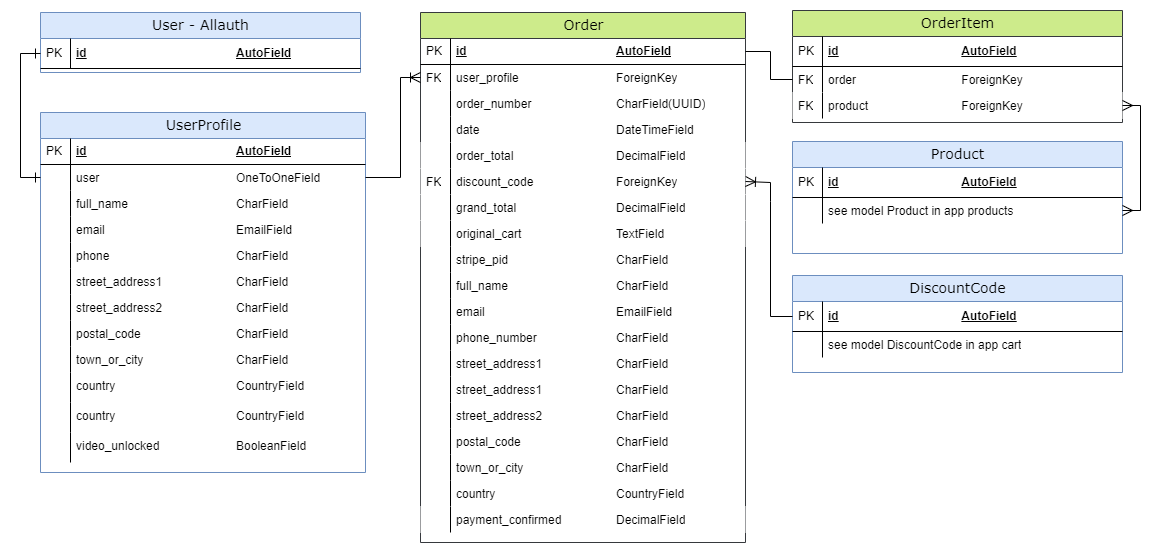
g-omarsdottir/shaping-sustainable-surf keeps this draw.io diagram as documentation/erd-checkout.png. Above is the earlier version. Source tidied: cells renumbered, new cells last; positions are measured from the earlier drawing's top-left corner, leaving out a move shared by most shapes.
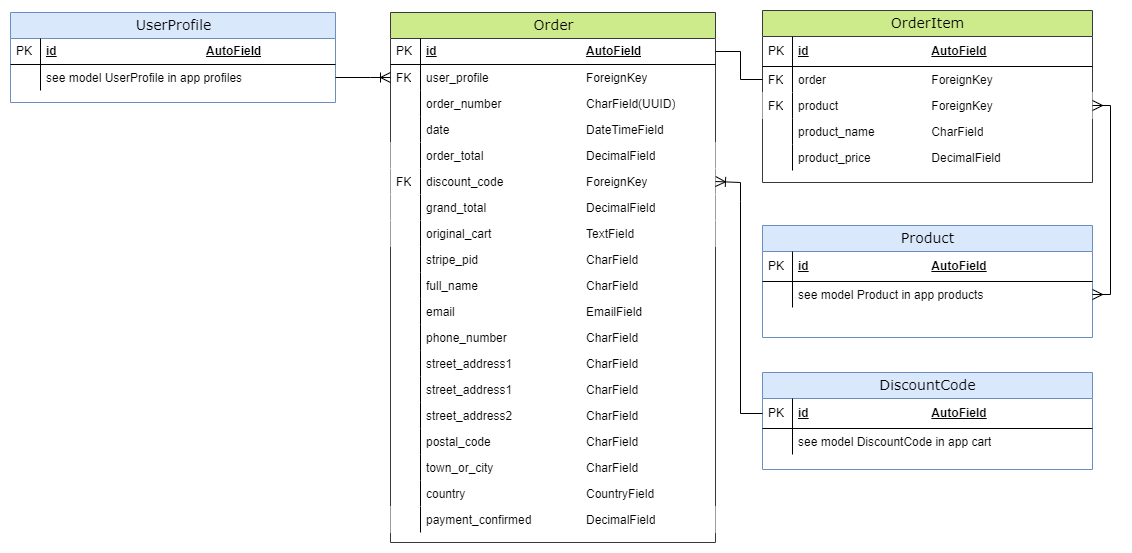
The same diagram one commit later.

Commit message:
Add to README: sections credits & database schema

Diff of the diagram source:
```diff
@@ -119,17 +119,8 @@
     <mxCell id="40" style="shape=partialRectangle;top=0;left=0;bottom=0;html=1;fillColor=none;align=left;verticalAlign=top;spacingLeft=4;spacingRight=4;whiteSpace=wrap;overflow=hidden;" parent="39" vertex="1">
       <mxGeometry width="30" height="26" as="geometry" />
     </mxCell>
-    <mxCell id="41" value="User - Allauth" style="swimlane;html=1;fontStyle=0;horizontal=1;startSize=26;fillColor=#dae8fc;swimlaneFillColor=#ffffff;align=center;rounded=0;shadow=0;comic=0;labelBackgroundColor=none;strokeWidth=1;fontFamily=Verdana;fontSize=14;strokeColor=#6c8ebf;" parent="1" vertex="1">
-      <mxGeometry x="20" y="2" width="320" height="60" as="geometry" />
-    </mxCell>
-    <mxCell id="42" value="id&lt;span style=&quot;white-space: pre;&quot;&gt;&#9;&lt;/span&gt;&lt;span style=&quot;white-space: pre;&quot;&gt;&#9;&lt;/span&gt;&lt;span style=&quot;white-space: pre;&quot;&gt;&#9;&lt;/span&gt;&lt;span style=&quot;white-space: pre;&quot;&gt;&#9;&lt;span style=&quot;white-space: pre;&quot;&gt;&#9;&lt;/span&gt;&lt;span style=&quot;white-space: pre;&quot;&gt;&#9;&lt;/span&gt;&lt;/span&gt;AutoField" style="shape=partialRectangle;top=0;left=0;right=0;bottom=1;html=1;align=left;verticalAlign=middle;fillColor=none;spacingLeft=34;spacingRight=4;whiteSpace=wrap;overflow=hidden;points=[[0,0.5],[1,0.5]];portConstraint=eastwest;fontStyle=5;" parent="41" vertex="1">
-      <mxGeometry y="26" width="320" height="30" as="geometry" />
-    </mxCell>
-    <mxCell id="43" value="PK" style="shape=partialRectangle;top=0;left=0;bottom=0;html=1;fillColor=none;align=left;verticalAlign=middle;spacingLeft=4;spacingRight=4;whiteSpace=wrap;overflow=hidden;" parent="42" vertex="1">
-      <mxGeometry width="30" height="30" as="geometry" />
-    </mxCell>
     <mxCell id="44" value="OrderItem" style="swimlane;html=1;fontStyle=0;horizontal=1;startSize=26;fillColor=#cdeb8b;swimlaneFillColor=#ffffff;align=center;rounded=0;shadow=0;comic=0;labelBackgroundColor=none;strokeWidth=1;fontFamily=Verdana;fontSize=14;strokeColor=#36393d;swimlaneLine=1;" parent="1" vertex="1">
-      <mxGeometry x="772" width="330" height="112" as="geometry" />
+      <mxGeometry x="772" width="330" height="172" as="geometry" />
     </mxCell>
     <mxCell id="45" value="id&lt;span style=&quot;white-space: pre;&quot;&gt;&#9;&lt;/span&gt;&lt;span style=&quot;white-space: pre;&quot;&gt;&#9;&lt;/span&gt;&lt;span style=&quot;white-space: pre;&quot;&gt;&#9;&lt;/span&gt;&lt;span style=&quot;white-space: pre;&quot;&gt;&#9;&lt;span style=&quot;white-space: pre;&quot;&gt;&#9;&lt;/span&gt;&lt;/span&gt;AutoField" style="shape=partialRectangle;top=0;left=0;right=0;bottom=1;html=1;align=left;verticalAlign=middle;fillColor=none;spacingLeft=34;spacingRight=4;whiteSpace=wrap;overflow=hidden;fontStyle=5;" parent="44" vertex="1">
       <mxGeometry y="26" width="330" height="30" as="geometry" />
@@ -149,6 +140,18 @@
     <mxCell id="50" value="FK" style="shape=partialRectangle;top=0;left=0;bottom=0;html=1;fillColor=none;align=left;verticalAlign=top;spacingLeft=4;spacingRight=4;whiteSpace=wrap;overflow=hidden;" parent="49" vertex="1">
       <mxGeometry width="30" height="26" as="geometry" />
     </mxCell>
+    <mxCell id="91" value="product_name&lt;span style=&quot;white-space: pre;&quot;&gt;&#9;&lt;/span&gt;&lt;span style=&quot;white-space: pre;&quot;&gt;&#9;&lt;/span&gt;&lt;span style=&quot;white-space: pre;&quot;&gt;&#9;&lt;/span&gt;CharField" style="shape=partialRectangle;top=0;left=0;right=0;bottom=0;html=1;align=left;verticalAlign=top;fillColor=none;spacingLeft=34;spacingRight=4;whiteSpace=wrap;overflow=hidden;" parent="44" vertex="1">
+      <mxGeometry y="108" width="330" height="26" as="geometry" />
+    </mxCell>
+    <mxCell id="92" style="shape=partialRectangle;top=0;left=0;bottom=0;html=1;fillColor=none;align=left;verticalAlign=top;spacingLeft=4;spacingRight=4;whiteSpace=wrap;overflow=hidden;" parent="91" vertex="1">
+      <mxGeometry width="30" height="26" as="geometry" />
+    </mxCell>
+    <mxCell id="93" value="product_price&lt;span style=&quot;white-space: pre;&quot;&gt;&#9;&lt;/span&gt;&lt;span style=&quot;white-space: pre;&quot;&gt;&#9;&lt;/span&gt;&lt;span style=&quot;white-space: pre;&quot;&gt;&#9;&lt;/span&gt;DecimalField" style="shape=partialRectangle;top=0;left=0;right=0;bottom=0;html=1;align=left;verticalAlign=top;fillColor=none;spacingLeft=34;spacingRight=4;whiteSpace=wrap;overflow=hidden;" parent="44" vertex="1">
+      <mxGeometry y="134" width="330" height="26" as="geometry" />
+    </mxCell>
+    <mxCell id="94" style="shape=partialRectangle;top=0;left=0;bottom=0;html=1;fillColor=none;align=left;verticalAlign=top;spacingLeft=4;spacingRight=4;whiteSpace=wrap;overflow=hidden;" parent="93" vertex="1">
+      <mxGeometry width="30" height="26" as="geometry" />
+    </mxCell>
     <mxCell id="51" style="endArrow=none;html=1;rounded=0;fontSize=12;startSize=8;endSize=8;curved=0;entryX=0;entryY=0.5;entryDx=0;entryDy=0;endFill=0;exitX=1;exitY=0.5;exitDx=0;exitDy=0;" parent="1" edge="1" source="3" target="47">
       <mxGeometry relative="1" as="geometry">
         <Array as="points">
@@ -158,7 +161,7 @@
       </mxGeometry>
     </mxCell>
     <mxCell id="52" value="UserProfile" style="swimlane;html=1;fontStyle=0;horizontal=1;startSize=26;fillColor=#dae8fc;swimlaneFillColor=#ffffff;align=center;rounded=0;shadow=0;comic=0;labelBackgroundColor=none;strokeWidth=1;fontFamily=Verdana;fontSize=14;strokeColor=#6c8ebf;" parent="1" vertex="1">
-      <mxGeometry x="20" y="102" width="325" height="360" as="geometry" />
+      <mxGeometry x="20" y="2" width="325" height="90" as="geometry" />
     </mxCell>
     <mxCell id="53" value="id&lt;span style=&quot;white-space: pre;&quot;&gt;&#9;&lt;/span&gt;&lt;span style=&quot;white-space: pre;&quot;&gt;&#9;&lt;/span&gt;&lt;span style=&quot;white-space: pre;&quot;&gt;&#9;&lt;/span&gt;&lt;span style=&quot;white-space: pre;&quot;&gt;&#9;&lt;/span&gt;&lt;span style=&quot;white-space: pre;&quot;&gt;&#9;&lt;/span&gt;&lt;span style=&quot;white-space: pre;&quot;&gt;&#9;&lt;/span&gt;AutoField" style="shape=partialRectangle;top=0;left=0;right=0;bottom=1;html=1;align=left;verticalAlign=middle;fillColor=none;spacingLeft=34;spacingRight=4;whiteSpace=wrap;overflow=hidden;fontStyle=5;" parent="52" vertex="1">
       <mxGeometry y="26" width="325" height="26" as="geometry" />
@@ -166,90 +169,21 @@
     <mxCell id="54" value="PK" style="shape=partialRectangle;top=0;left=0;bottom=0;html=1;fillColor=none;align=left;verticalAlign=middle;spacingLeft=4;spacingRight=4;whiteSpace=wrap;overflow=hidden;" parent="53" vertex="1">
       <mxGeometry width="30" height="26" as="geometry" />
     </mxCell>
-    <mxCell id="55" value="user&lt;span style=&quot;white-space: pre;&quot;&gt;&#9;&lt;/span&gt;&lt;span style=&quot;white-space: pre;&quot;&gt;&#9;&lt;/span&gt;&lt;span style=&quot;white-space: pre;&quot;&gt;&#9;&lt;/span&gt;&lt;span style=&quot;white-space: pre;&quot;&gt;&#9;&lt;/span&gt;&lt;span style=&quot;white-space: pre;&quot;&gt;&#9;&lt;/span&gt;&lt;span style=&quot;white-space: pre;&quot;&gt;&#9;&lt;/span&gt;OneToOneField" style="shape=partialRectangle;top=0;left=0;right=0;bottom=0;html=1;align=left;verticalAlign=top;fillColor=none;spacingLeft=34;spacingRight=4;whiteSpace=wrap;overflow=hidden;points=[[0,0.5],[1,0.5]];portConstraint=eastwest;" parent="52" vertex="1">
+    <mxCell id="55" value="see model UserProfile in app profiles" style="shape=partialRectangle;top=0;left=0;right=0;bottom=0;html=1;align=left;verticalAlign=top;fillColor=none;spacingLeft=34;spacingRight=4;whiteSpace=wrap;overflow=hidden;points=[[0,0.5],[1,0.5]];portConstraint=eastwest;" parent="52" vertex="1">
       <mxGeometry y="52" width="325" height="26" as="geometry" />
     </mxCell>
     <mxCell id="56" style="shape=partialRectangle;top=0;left=0;bottom=0;html=1;fillColor=none;align=left;verticalAlign=top;spacingLeft=4;spacingRight=4;whiteSpace=wrap;overflow=hidden;" parent="55" vertex="1">
       <mxGeometry width="30" height="26" as="geometry" />
     </mxCell>
-    <mxCell id="57" value="full_name&lt;span style=&quot;white-space: pre;&quot;&gt;&#9;&lt;/span&gt;&lt;span style=&quot;white-space: pre;&quot;&gt;&#9;&lt;/span&gt;&lt;span style=&quot;white-space: pre;&quot;&gt;&#9;&lt;/span&gt;&lt;span style=&quot;white-space: pre;&quot;&gt;&#9;&lt;/span&gt;CharField" style="shape=partialRectangle;top=0;left=0;right=0;bottom=0;html=1;align=left;verticalAlign=top;fillColor=none;spacingLeft=34;spacingRight=4;whiteSpace=wrap;overflow=hidden;" parent="52" vertex="1">
-      <mxGeometry y="78" width="325" height="26" as="geometry" />
-    </mxCell>
-    <mxCell id="58" style="shape=partialRectangle;top=0;left=0;bottom=0;html=1;fillColor=none;align=left;verticalAlign=top;spacingLeft=4;spacingRight=4;whiteSpace=wrap;overflow=hidden;" parent="57" vertex="1">
-      <mxGeometry width="30" height="26" as="geometry" />
-    </mxCell>
-    <mxCell id="59" value="email&lt;span style=&quot;white-space: pre;&quot;&gt;&#9;&lt;/span&gt;&lt;span style=&quot;white-space: pre;&quot;&gt;&#9;&lt;/span&gt;&lt;span style=&quot;white-space: pre;&quot;&gt;&#9;&lt;/span&gt;&lt;span style=&quot;white-space: pre;&quot;&gt;&#9;&lt;span style=&quot;white-space: pre;&quot;&gt;&#9;&lt;/span&gt;&lt;/span&gt;EmailField" style="shape=partialRectangle;top=0;left=0;right=0;bottom=0;html=1;align=left;verticalAlign=top;fillColor=none;spacingLeft=34;spacingRight=4;whiteSpace=wrap;overflow=hidden;" parent="52" vertex="1">
-      <mxGeometry y="104" width="325" height="26" as="geometry" />
-    </mxCell>
-    <mxCell id="60" style="shape=partialRectangle;top=0;left=0;bottom=0;html=1;fillColor=none;align=left;verticalAlign=top;spacingLeft=4;spacingRight=4;whiteSpace=wrap;overflow=hidden;" parent="59" vertex="1">
-      <mxGeometry width="30" height="26" as="geometry" />
-    </mxCell>
-    <mxCell id="61" value="phone&lt;span style=&quot;white-space: pre;&quot;&gt;&#9;&lt;/span&gt;&lt;span style=&quot;white-space: pre;&quot;&gt;&#9;&lt;/span&gt;&lt;span style=&quot;white-space: pre;&quot;&gt;&#9;&lt;/span&gt;&lt;span style=&quot;white-space: pre;&quot;&gt;&#9;&lt;span style=&quot;white-space: pre;&quot;&gt;&#9;&lt;/span&gt;&lt;/span&gt;CharField" style="shape=partialRectangle;top=0;left=0;right=0;bottom=0;html=1;align=left;verticalAlign=top;fillColor=none;spacingLeft=34;spacingRight=4;whiteSpace=wrap;overflow=hidden;" parent="52" vertex="1">
-      <mxGeometry y="130" width="325" height="26" as="geometry" />
-    </mxCell>
-    <mxCell id="62" style="shape=partialRectangle;top=0;left=0;bottom=0;html=1;fillColor=none;align=left;verticalAlign=top;spacingLeft=4;spacingRight=4;whiteSpace=wrap;overflow=hidden;" parent="61" vertex="1">
-      <mxGeometry width="30" height="26" as="geometry" />
-    </mxCell>
-    <mxCell id="63" value="street_address1&lt;span style=&quot;white-space: pre;&quot;&gt;&#9;&lt;/span&gt;&lt;span style=&quot;white-space: pre;&quot;&gt;&#9;&lt;/span&gt;&lt;span style=&quot;white-space: pre;&quot;&gt;&#9;&lt;/span&gt;CharField" style="shape=partialRectangle;top=0;left=0;right=0;bottom=0;html=1;align=left;verticalAlign=top;fillColor=none;spacingLeft=34;spacingRight=4;whiteSpace=wrap;overflow=hidden;" parent="52" vertex="1">
-      <mxGeometry y="156" width="325" height="26" as="geometry" />
-    </mxCell>
-    <mxCell id="64" style="shape=partialRectangle;top=0;left=0;bottom=0;html=1;fillColor=none;align=left;verticalAlign=top;spacingLeft=4;spacingRight=4;whiteSpace=wrap;overflow=hidden;" parent="63" vertex="1">
-      <mxGeometry width="30" height="26" as="geometry" />
-    </mxCell>
-    <mxCell id="65" value="street_address2&lt;span style=&quot;white-space: pre;&quot;&gt;&#9;&lt;/span&gt;&lt;span style=&quot;white-space: pre;&quot;&gt;&#9;&lt;/span&gt;&lt;span style=&quot;white-space: pre;&quot;&gt;&#9;&lt;/span&gt;CharField" style="shape=partialRectangle;top=0;left=0;right=0;bottom=0;html=1;align=left;verticalAlign=top;fillColor=none;spacingLeft=34;spacingRight=4;whiteSpace=wrap;overflow=hidden;" parent="52" vertex="1">
-      <mxGeometry y="182" width="325" height="26" as="geometry" />
-    </mxCell>
-    <mxCell id="66" style="shape=partialRectangle;top=0;left=0;bottom=0;html=1;fillColor=none;align=left;verticalAlign=top;spacingLeft=4;spacingRight=4;whiteSpace=wrap;overflow=hidden;" parent="65" vertex="1">
-      <mxGeometry width="30" height="26" as="geometry" />
-    </mxCell>
-    <mxCell id="67" value="postal_code&lt;span style=&quot;white-space: pre;&quot;&gt;&#9;&lt;/span&gt;&lt;span style=&quot;white-space: pre;&quot;&gt;&#9;&lt;/span&gt;&lt;span style=&quot;white-space: pre;&quot;&gt;&#9;&lt;/span&gt;&lt;span style=&quot;white-space: pre;&quot;&gt;&#9;&lt;/span&gt;CharField" style="shape=partialRectangle;top=0;left=0;right=0;bottom=0;html=1;align=left;verticalAlign=top;fillColor=none;spacingLeft=34;spacingRight=4;whiteSpace=wrap;overflow=hidden;" parent="52" vertex="1">
-      <mxGeometry y="208" width="325" height="26" as="geometry" />
-    </mxCell>
-    <mxCell id="68" style="shape=partialRectangle;top=0;left=0;bottom=0;html=1;fillColor=none;align=left;verticalAlign=top;spacingLeft=4;spacingRight=4;whiteSpace=wrap;overflow=hidden;" parent="67" vertex="1">
-      <mxGeometry width="30" height="26" as="geometry" />
-    </mxCell>
-    <mxCell id="69" value="town_or_city&lt;span style=&quot;white-space: pre;&quot;&gt;&#9;&lt;/span&gt;&lt;span style=&quot;white-space: pre;&quot;&gt;&#9;&lt;/span&gt;&lt;span style=&quot;white-space: pre;&quot;&gt;&#9;&lt;/span&gt;&lt;span style=&quot;white-space: pre;&quot;&gt;&#9;&lt;/span&gt;CharField" style="shape=partialRectangle;top=0;left=0;right=0;bottom=0;html=1;align=left;verticalAlign=top;fillColor=none;spacingLeft=34;spacingRight=4;whiteSpace=wrap;overflow=hidden;" parent="52" vertex="1">
-      <mxGeometry y="234" width="325" height="26" as="geometry" />
-    </mxCell>
-    <mxCell id="70" style="shape=partialRectangle;top=0;left=0;bottom=0;html=1;fillColor=none;align=left;verticalAlign=top;spacingLeft=4;spacingRight=4;whiteSpace=wrap;overflow=hidden;" parent="69" vertex="1">
-      <mxGeometry width="30" height="26" as="geometry" />
-    </mxCell>
-    <mxCell id="71" value="country&lt;span style=&quot;white-space: pre;&quot;&gt;&#9;&lt;/span&gt;&lt;span style=&quot;white-space: pre;&quot;&gt;&#9;&lt;/span&gt;&lt;span style=&quot;white-space: pre;&quot;&gt;&#9;&lt;/span&gt;&lt;span style=&quot;white-space: pre;&quot;&gt;&#9;&lt;span style=&quot;white-space: pre;&quot;&gt;&#9;&lt;/span&gt;&lt;/span&gt;CountryField" style="shape=partialRectangle;top=0;left=0;right=0;bottom=0;html=1;align=left;verticalAlign=top;fillColor=none;spacingLeft=34;spacingRight=4;whiteSpace=wrap;overflow=hidden;" parent="52" vertex="1">
-      <mxGeometry y="260" width="325" height="30" as="geometry" />
-    </mxCell>
-    <mxCell id="72" style="shape=partialRectangle;top=0;left=0;bottom=0;html=1;fillColor=none;align=left;verticalAlign=top;spacingLeft=4;spacingRight=4;whiteSpace=wrap;overflow=hidden;" parent="71" vertex="1">
-      <mxGeometry width="30" height="30" as="geometry" />
-    </mxCell>
-    <mxCell id="73" value="country&lt;span style=&quot;white-space: pre;&quot;&gt;&#9;&lt;/span&gt;&lt;span style=&quot;white-space: pre;&quot;&gt;&#9;&lt;/span&gt;&lt;span style=&quot;white-space: pre;&quot;&gt;&#9;&lt;/span&gt;&lt;span style=&quot;white-space: pre;&quot;&gt;&#9;&lt;span style=&quot;white-space: pre;&quot;&gt;&#9;&lt;/span&gt;&lt;/span&gt;CountryField" style="shape=partialRectangle;top=0;left=0;right=0;bottom=0;html=1;align=left;verticalAlign=top;fillColor=none;spacingLeft=34;spacingRight=4;whiteSpace=wrap;overflow=hidden;" parent="52" vertex="1">
-      <mxGeometry y="290" width="325" height="30" as="geometry" />
-    </mxCell>
-    <mxCell id="74" style="shape=partialRectangle;top=0;left=0;bottom=0;html=1;fillColor=none;align=left;verticalAlign=top;spacingLeft=4;spacingRight=4;whiteSpace=wrap;overflow=hidden;" parent="73" vertex="1">
-      <mxGeometry width="30" height="30" as="geometry" />
-    </mxCell>
-    <mxCell id="75" value="video_unlocked&lt;span style=&quot;white-space: pre;&quot;&gt;&#9;&lt;/span&gt;&lt;span style=&quot;white-space: pre;&quot;&gt;&#9;&lt;span style=&quot;white-space: pre;&quot;&gt;&#9;&lt;/span&gt;&lt;/span&gt;BooleanField" style="shape=partialRectangle;top=0;left=0;right=0;bottom=0;html=1;align=left;verticalAlign=top;fillColor=none;spacingLeft=34;spacingRight=4;whiteSpace=wrap;overflow=hidden;" parent="52" vertex="1">
-      <mxGeometry y="320" width="325" height="30" as="geometry" />
-    </mxCell>
-    <mxCell id="76" style="shape=partialRectangle;top=0;left=0;bottom=0;html=1;fillColor=none;align=left;verticalAlign=top;spacingLeft=4;spacingRight=4;whiteSpace=wrap;overflow=hidden;" parent="75" vertex="1">
-      <mxGeometry width="30" height="30" as="geometry" />
-    </mxCell>
-    <mxCell id="77" style="endArrow=ERone;html=1;rounded=0;fontSize=12;startSize=8;endSize=8;curved=0;exitX=0;exitY=0.5;exitDx=0;exitDy=0;entryX=0;entryY=0.5;entryDx=0;entryDy=0;startArrow=ERone;startFill=0;endFill=0;" parent="1" edge="1" source="55" target="42">
-      <mxGeometry relative="1" as="geometry">
-        <Array as="points">
-          <mxPoint y="167" />
-          <mxPoint y="43" />
-        </Array>
-      </mxGeometry>
-    </mxCell>
     <mxCell id="78" style="endArrow=ERoneToMany;html=1;rounded=0;fontSize=12;startSize=8;endSize=8;curved=0;exitX=1;exitY=0.5;exitDx=0;exitDy=0;entryX=0;entryY=0.5;entryDx=0;entryDy=0;startArrow=none;startFill=0;endFill=0;" parent="1" edge="1" source="55" target="5">
       <mxGeometry relative="1" as="geometry">
         <Array as="points">
-          <mxPoint x="380" y="167" />
           <mxPoint x="380" y="67" />
         </Array>
       </mxGeometry>
     </mxCell>
     <mxCell id="79" value="DiscountCode" style="swimlane;html=1;fontStyle=0;horizontal=1;startSize=26;fillColor=#dae8fc;swimlaneFillColor=#ffffff;align=center;rounded=0;shadow=0;comic=0;labelBackgroundColor=none;strokeWidth=1;fontFamily=Verdana;fontSize=14;strokeColor=#6c8ebf;swimlaneLine=1;" parent="1" vertex="1">
-      <mxGeometry x="772" y="265" width="330" height="97" as="geometry" />
+      <mxGeometry x="772" y="362" width="330" height="97" as="geometry" />
     </mxCell>
     <mxCell id="80" value="id&lt;span style=&quot;white-space: pre;&quot;&gt;&#9;&lt;/span&gt;&lt;span style=&quot;white-space: pre;&quot;&gt;&#9;&lt;/span&gt;&lt;span style=&quot;white-space: pre;&quot;&gt;&#9;&lt;/span&gt;&lt;span style=&quot;white-space: pre;&quot;&gt;&#9;&lt;span style=&quot;white-space: pre;&quot;&gt;&#9;&lt;/span&gt;&lt;/span&gt;AutoField" style="shape=partialRectangle;top=0;left=0;right=0;bottom=1;html=1;align=left;verticalAlign=middle;fillColor=none;spacingLeft=34;spacingRight=4;whiteSpace=wrap;overflow=hidden;points=[[0,0.5],[1,0.5]];portConstraint=eastwest;fontStyle=5;" parent="79" vertex="1">
       <mxGeometry y="26" width="330" height="30" as="geometry" />
@@ -264,7 +198,7 @@
       <mxGeometry width="30" height="26" as="geometry" />
     </mxCell>
     <mxCell id="84" value="Product" style="swimlane;html=1;fontStyle=0;horizontal=1;startSize=26;fillColor=#dae8fc;swimlaneFillColor=#ffffff;align=center;rounded=0;shadow=0;comic=0;labelBackgroundColor=none;strokeWidth=1;fontFamily=Verdana;fontSize=14;strokeColor=#6c8ebf;swimlaneLine=1;" parent="1" vertex="1">
-      <mxGeometry x="772" y="131" width="330" height="112" as="geometry" />
+      <mxGeometry x="772" y="215" width="330" height="112" as="geometry" />
     </mxCell>
     <mxCell id="85" value="id&lt;span style=&quot;white-space: pre;&quot;&gt;&#9;&lt;/span&gt;&lt;span style=&quot;white-space: pre;&quot;&gt;&#9;&lt;/span&gt;&lt;span style=&quot;white-space: pre;&quot;&gt;&#9;&lt;/span&gt;&lt;span style=&quot;white-space: pre;&quot;&gt;&#9;&lt;span style=&quot;white-space: pre;&quot;&gt;&#9;&lt;/span&gt;&lt;/span&gt;AutoField" style="shape=partialRectangle;top=0;left=0;right=0;bottom=1;html=1;align=left;verticalAlign=middle;fillColor=none;spacingLeft=34;spacingRight=4;whiteSpace=wrap;overflow=hidden;fontStyle=5;" parent="84" vertex="1">
       <mxGeometry y="26" width="330" height="30" as="geometry" />
@@ -283,7 +217,7 @@
         <Array as="points">
           <mxPoint x="750" y="172" />
           <mxPoint x="750" y="191" />
-          <mxPoint x="750" y="306" />
+          <mxPoint x="750" y="403" />
         </Array>
       </mxGeometry>
     </mxCell>
@@ -291,7 +225,7 @@
       <mxGeometry relative="1" as="geometry">
         <Array as="points">
           <mxPoint x="1120" y="95" />
-          <mxPoint x="1120" y="200" />
+          <mxPoint x="1120" y="284" />
         </Array>
       </mxGeometry>
     </mxCell>
```
